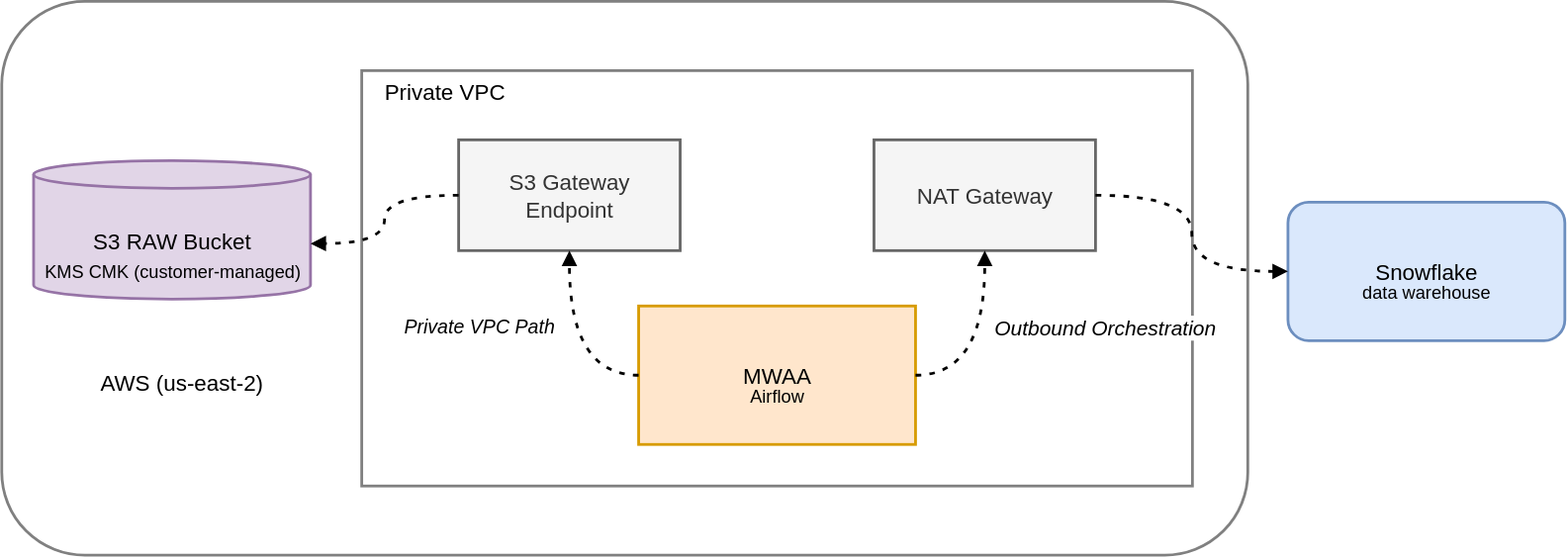
The draw.io diagram public/assets/diagrams/security-observability.v3.svg in davehasacat/catincloudlabs, before a commit. Source tidied: cells renumbered, new cells last; positions are measured from the earlier drawing's top-left corner, leaving out a move shared by most shapes.
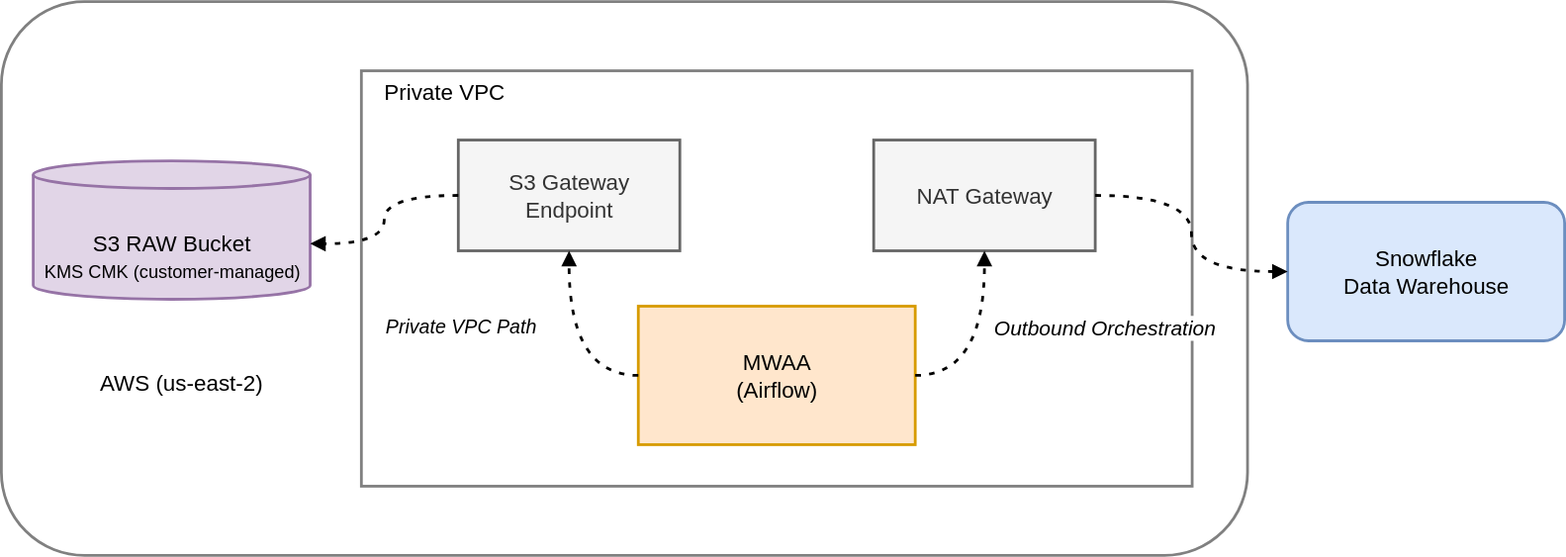
After the change.

The edit, as a diff of the source:
```diff
@@ -8,7 +8,7 @@
     <mxCell id="3" style="whiteSpace=wrap;strokeWidth=2;spacingLeft=0;fontSize=13;spacing=0;strokeColor=light-dark(#808080, #ededed);" parent="1" vertex="1">
       <mxGeometry x="260" y="50" width="600" height="300" as="geometry" />
     </mxCell>
-    <mxCell id="4" value="MWAA" style="whiteSpace=wrap;strokeWidth=2;fillColor=#ffe6cc;strokeColor=#d79b00;fontSize=16;" parent="1" vertex="1">
+    <mxCell id="4" value="MWAA&#10;(Airflow)" style="whiteSpace=wrap;strokeWidth=2;fillColor=#ffe6cc;strokeColor=#d79b00;fontSize=16;" parent="1" vertex="1">
       <mxGeometry x="460" y="220" width="200" height="100" as="geometry" />
     </mxCell>
     <mxCell id="5" value="S3 Gateway&#10;Endpoint" style="whiteSpace=wrap;strokeWidth=2;fillColor=#f5f5f5;fontColor=#333333;strokeColor=#666666;fontSize=16;" parent="1" vertex="1">
@@ -17,7 +17,7 @@
     <mxCell id="6" value="NAT Gateway" style="whiteSpace=wrap;strokeWidth=2;fillColor=#f5f5f5;fontColor=#333333;strokeColor=#666666;fontSize=16;" parent="1" vertex="1">
       <mxGeometry x="630" y="100" width="160" height="80" as="geometry" />
     </mxCell>
-    <mxCell id="7" value="Snowflake" style="whiteSpace=wrap;strokeWidth=2;fillColor=#dae8fc;strokeColor=#6c8ebf;fontSize=16;rounded=1;" parent="1" vertex="1">
+    <mxCell id="7" value="Snowflake&#10;Data Warehouse" style="whiteSpace=wrap;strokeWidth=2;fillColor=#dae8fc;strokeColor=#6c8ebf;fontSize=16;rounded=1;" parent="1" vertex="1">
       <mxGeometry x="929" y="145" width="200" height="100" as="geometry" />
     </mxCell>
     <mxCell id="8" value="S3 RAW Bucket" style="shape=cylinder3;boundedLbl=1;backgroundOutline=1;size=10;strokeWidth=2;whiteSpace=wrap;fillColor=#e1d5e7;strokeColor=#9673a6;fontSize=16;" parent="1" vertex="1">
@@ -36,7 +36,7 @@
       <mxGeometry x="712" y="220" width="170" height="30" as="geometry" />
     </mxCell>
     <mxCell id="13" value="&lt;i&gt;Private VPC Path&lt;/i&gt;" style="text;html=1;whiteSpace=wrap;strokeColor=none;fillColor=none;align=center;verticalAlign=middle;rounded=0;fontFamily=Helvetica;fontSize=14;fontColor=default;labelBackgroundColor=default;" parent="1" vertex="1">
-      <mxGeometry x="260" y="220" width="170" height="30" as="geometry" />
+      <mxGeometry x="247" y="220" width="170" height="30" as="geometry" />
     </mxCell>
     <mxCell id="14" value="&lt;font style=&quot;font-size: 16px;&quot;&gt;Private VPC&lt;/font&gt;" style="text;html=1;whiteSpace=wrap;strokeColor=none;fillColor=none;align=center;verticalAlign=middle;rounded=0;fontFamily=Helvetica;fontSize=11;fontColor=default;labelBackgroundColor=default;" parent="1" vertex="1">
       <mxGeometry x="260" y="50" width="120" height="30" as="geometry" />
@@ -47,14 +47,8 @@
     <mxCell id="16" style="curved=1;dashed=1;dashPattern=2 3;startArrow=none;endArrow=block;rounded=0;edgeStyle=orthogonalEdgeStyle;exitX=0;exitY=0.5;exitDx=0;exitDy=0;strokeWidth=2;entryX=1;entryY=0.599;entryDx=0;entryDy=0;entryPerimeter=0;" parent="1" edge="1" source="5" target="8">
       <mxGeometry relative="1" as="geometry" />
     </mxCell>
-    <mxCell id="17" value="data warehouse" style="text;html=1;whiteSpace=wrap;strokeColor=none;fillColor=none;align=center;verticalAlign=middle;rounded=0;fontFamily=Helvetica;fontSize=13;fontColor=default;labelBackgroundColor=none;" parent="1" vertex="1">
-      <mxGeometry x="944" y="195" width="170" height="30" as="geometry" />
+    <mxCell id="17" value="KMS CMK (customer-managed)" style="text;html=1;whiteSpace=wrap;strokeColor=none;fillColor=none;align=center;verticalAlign=middle;rounded=0;fontFamily=Helvetica;fontSize=13;fontColor=default;labelBackgroundColor=none;" parent="1" vertex="1">
+      <mxGeometry x="23.5" y="180" width="199" height="30" as="geometry" />
     </mxCell>
-    <mxCell id="18" value="Airflow" style="text;html=1;whiteSpace=wrap;strokeColor=none;fillColor=none;align=center;verticalAlign=middle;rounded=0;fontFamily=Helvetica;fontSize=13;fontColor=default;labelBackgroundColor=none;" parent="1" vertex="1">
-      <mxGeometry x="475" y="270" width="170" height="30" as="geometry" />
-    </mxCell>
-    <mxCell id="19" value="KMS CMK (customer-managed)" style="text;html=1;whiteSpace=wrap;strokeColor=none;fillColor=none;align=center;verticalAlign=middle;rounded=0;fontFamily=Helvetica;fontSize=13;fontColor=default;labelBackgroundColor=none;" parent="1" vertex="1">
-      <mxGeometry x="23.5" y="180" width="199" height="30" as="geometry" />
-    </mxCell>
   </root>
 </mxGraphModel>
```
